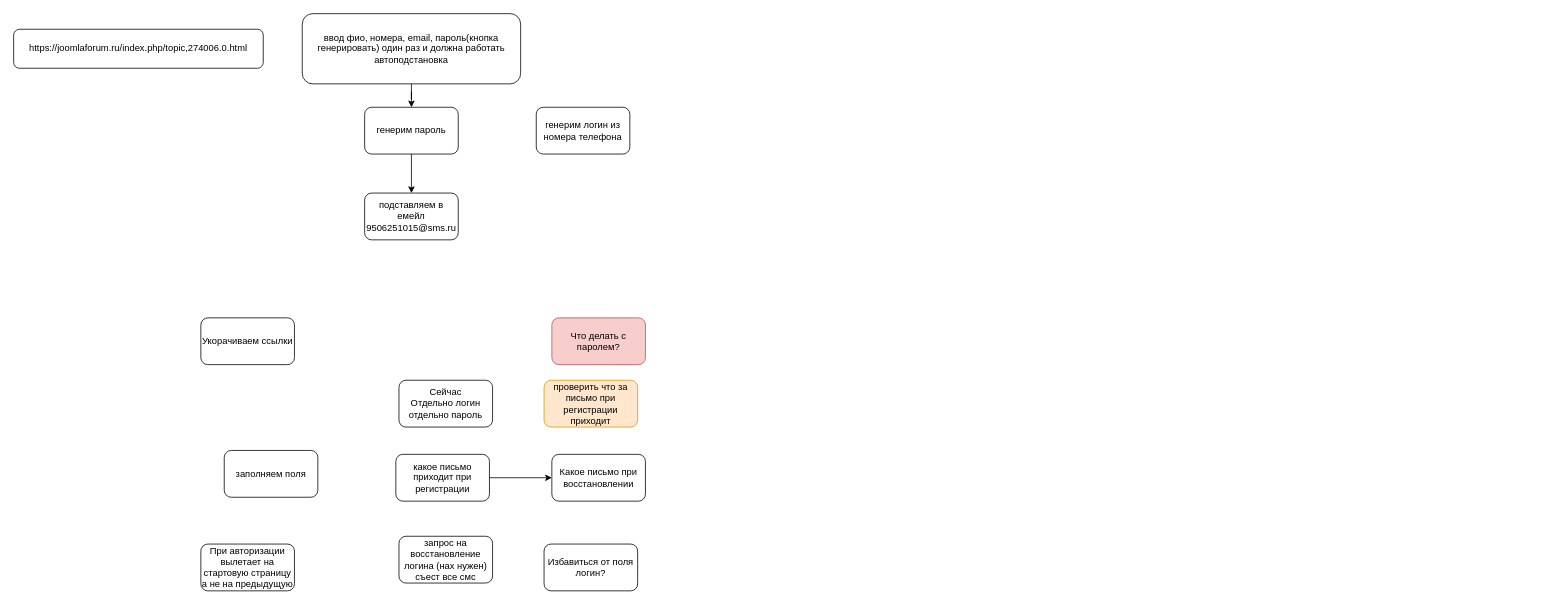
Above: smsAuthentification.drawio in MikeBelov/MikeBov (draw.io), before the change. Source tidied: cells renumbered, new cells numbered last; positions are measured from the earlier drawing's top-left corner, leaving out a move shared by most shapes. Both pictures are drawn from the tidied source at 78%, with x=0, y=0 at pixel (13, 13).
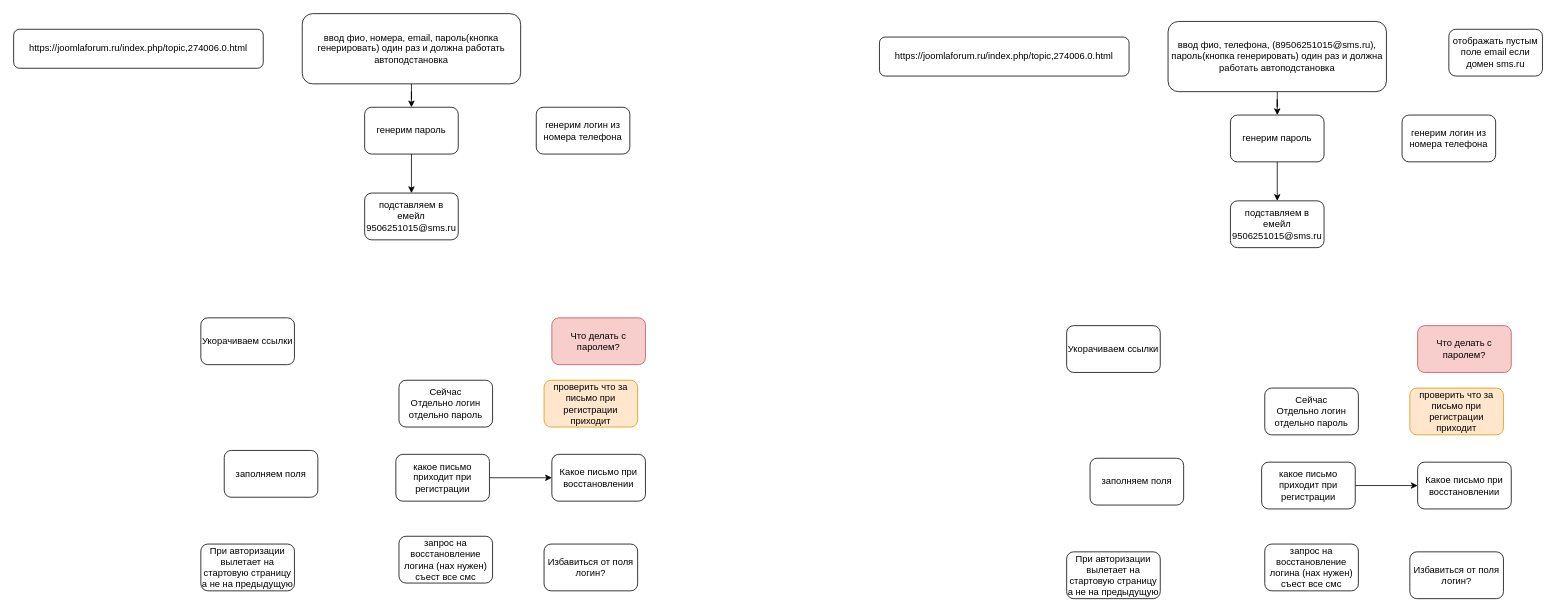
After the change.

What changed in the source:
```diff
@@
+    <mxCell id="20" style="edgeStyle=orthogonalEdgeStyle;rounded=0;jettySize=auto;html=1;" parent="1" edge="1" source="21" target="24">
+      <mxGeometry relative="1" as="geometry" />
+    </mxCell>
+    <mxCell id="21" value="ввод фио, телефона, (89506251015@sms.ru), пароль(кнопка генерировать) один раз и должна работать автоподстановка" style="rounded=1;whiteSpace=wrap;html=1;" parent="1" vertex="1">
+      <mxGeometry x="1480" y="10" width="280" height="90" as="geometry" />
+    </mxCell>
+    <mxCell id="22" value="заполняем поля" style="rounded=1;whiteSpace=wrap;html=1;" parent="1" vertex="1">
+      <mxGeometry x="1380" y="570" width="120" height="60" as="geometry" />
+    </mxCell>
+    <mxCell id="23" style="edgeStyle=orthogonalEdgeStyle;rounded=0;jettySize=auto;html=1;" parent="1" edge="1" source="24" target="25">
+      <mxGeometry relative="1" as="geometry" />
+    </mxCell>
+    <mxCell id="24" value="генерим пароль" style="rounded=1;whiteSpace=wrap;html=1;" parent="1" vertex="1">
+      <mxGeometry x="1560" y="130" width="120" height="60" as="geometry" />
+    </mxCell>
+    <mxCell id="25" value="подставляем в емейл 9506251015@sms.ru" style="rounded=1;whiteSpace=wrap;html=1;" parent="1" vertex="1">
+      <mxGeometry x="1560" y="240" width="120" height="60" as="geometry" />
+    </mxCell>
+    <mxCell id="26" value="генерим логин из номера телефона" style="rounded=1;whiteSpace=wrap;html=1;" parent="1" vertex="1">
+      <mxGeometry x="1780" y="130" width="120" height="60" as="geometry" />
+    </mxCell>
+    <mxCell id="27" style="edgeStyle=orthogonalEdgeStyle;rounded=0;jettySize=auto;html=1;" parent="1" edge="1" source="28" target="29">
+      <mxGeometry relative="1" as="geometry" />
+    </mxCell>
+    <mxCell id="28" value="какое письмо приходит при регистрации" style="rounded=1;whiteSpace=wrap;html=1;" parent="1" vertex="1">
+      <mxGeometry x="1600" y="575" width="120" height="60" as="geometry" />
+    </mxCell>
+    <mxCell id="29" value="Какое письмо при восстановлении" style="whiteSpace=wrap;html=1;rounded=1;" parent="1" vertex="1">
+      <mxGeometry x="1800" y="575" width="120" height="60" as="geometry" />
+    </mxCell>
+    <mxCell id="30" value="запрос на восстановление логина (нах нужен) съест все смс" style="rounded=1;whiteSpace=wrap;html=1;" parent="1" vertex="1">
+      <mxGeometry x="1604" y="680" width="120" height="60" as="geometry" />
+    </mxCell>
+    <mxCell id="31" value="Сейчас &lt;br&gt;Отдельно логин отдельно пароль" style="rounded=1;whiteSpace=wrap;html=1;" parent="1" vertex="1">
+      <mxGeometry x="1604" y="480" width="120" height="60" as="geometry" />
+    </mxCell>
+    <mxCell id="32" value="Укорачиваем ссылки" style="rounded=1;whiteSpace=wrap;html=1;" parent="1" vertex="1">
+      <mxGeometry x="1350" y="400" width="120" height="60" as="geometry" />
+    </mxCell>
+    <mxCell id="33" value="Избавиться от поля логин?" style="rounded=1;whiteSpace=wrap;html=1;" parent="1" vertex="1">
+      <mxGeometry x="1790" y="690" width="120" height="60" as="geometry" />
+    </mxCell>
+    <mxCell id="34" value="проверить что за письмо при регистрации приходит" style="rounded=1;whiteSpace=wrap;html=1;fillColor=#ffe6cc;strokeColor=#d79b00;" parent="1" vertex="1">
+      <mxGeometry x="1790" y="480" width="120" height="60" as="geometry" />
+    </mxCell>
+    <mxCell id="35" value="Что делать с паролем?" style="rounded=1;whiteSpace=wrap;html=1;fillColor=#f8cecc;strokeColor=#b85450;" parent="1" vertex="1">
+      <mxGeometry x="1800" y="400" width="120" height="60" as="geometry" />
+    </mxCell>
+    <mxCell id="36" value="При авторизации вылетает на стартовую страницу&lt;br&gt;а не на предыдущую" style="rounded=1;whiteSpace=wrap;html=1;" parent="1" vertex="1">
+      <mxGeometry x="1350" y="690" width="120" height="60" as="geometry" />
+    </mxCell>
+    <mxCell id="37" value="https://joomlaforum.ru/index.php/topic,274006.0.html" style="rounded=1;whiteSpace=wrap;html=1;" parent="1" vertex="1">
+      <mxGeometry x="1110" y="30" width="320" height="50" as="geometry" />
+    </mxCell>
+    <mxCell id="38" value="отображать пустым поле email если домен sms.ru" style="rounded=1;whiteSpace=wrap;html=1;" parent="1" vertex="1">
+      <mxGeometry x="1840" y="20" width="120" height="60" as="geometry" />
+    </mxCell>
```
